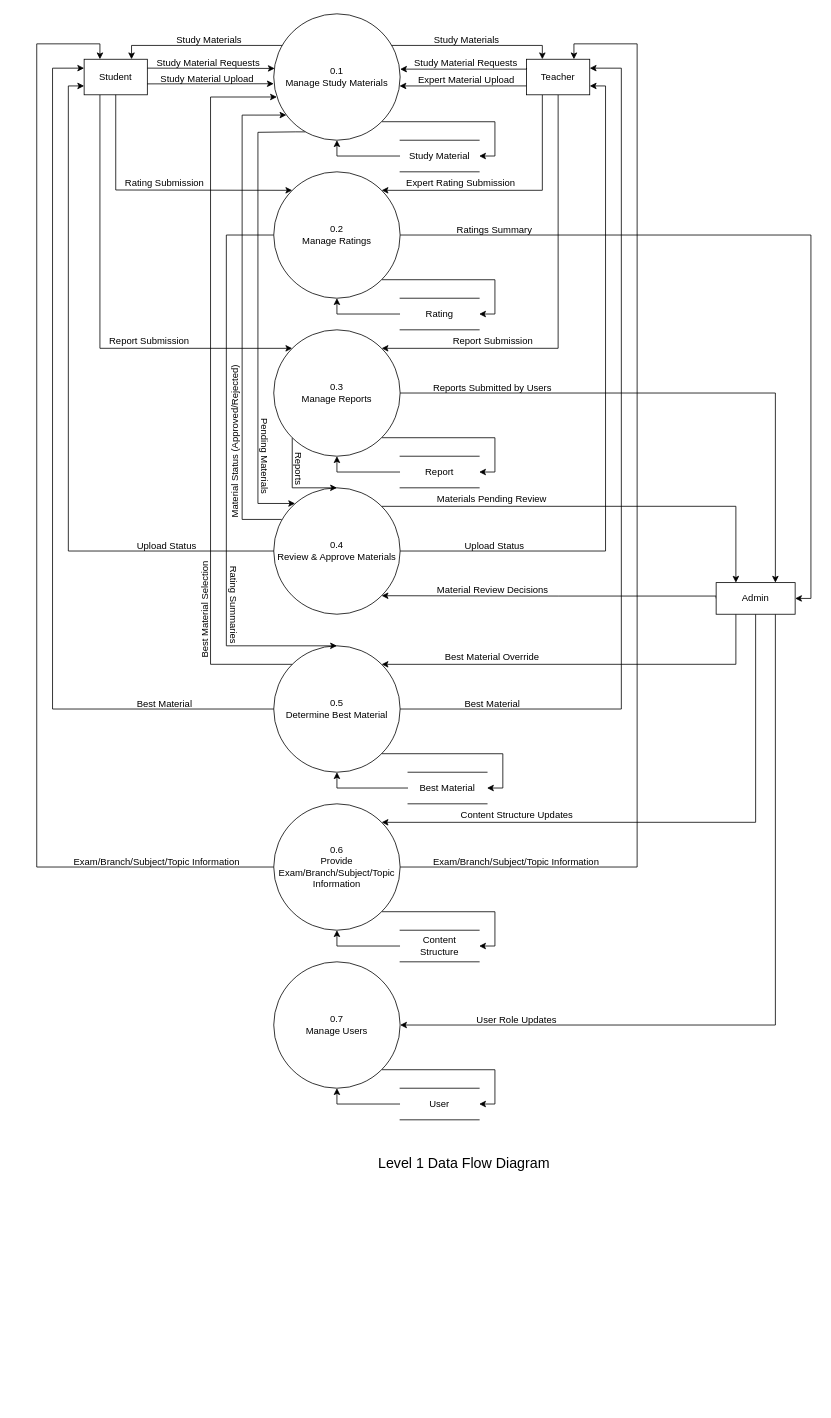
Above: page "Level-1 DFD" (4 of 6) of docs/system-diagrams.drawio in SayanMondal-1643/PeerPrep (draw.io), before the change. Source tidied: cells renumbered, new cells numbered last; positions are measured from the earlier drawing's top-left corner, leaving out a move shared by most shapes. Both pictures are drawn from the tidied source at 79%, with x=0, y=0 at pixel (36, 13).
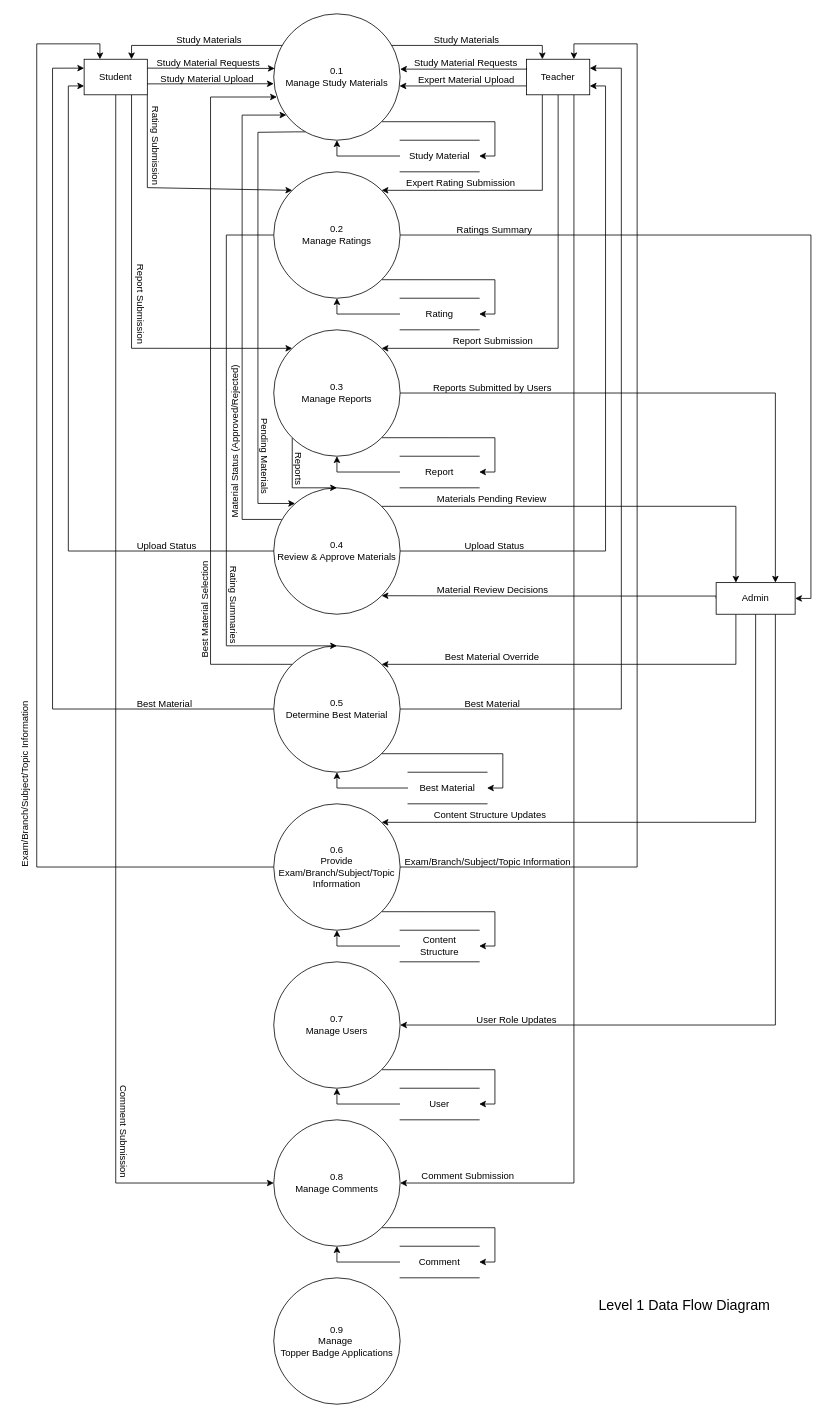
The same page after the edit.

The change refers to these unchanged cells:
```xml
<mxCell id="7" value="&lt;div&gt;0.2&lt;/div&gt;Manage Ratings" style="ellipse;whiteSpace=wrap;html=1;" parent="1" vertex="1">
  <mxGeometry x="300" y="200" width="160" height="160" as="geometry" />
</mxCell>
<mxCell id="19" value="Teacher" style="html=1;dashed=0;whiteSpace=wrap;" parent="1" vertex="1">
  <mxGeometry x="620" y="57.5" width="80" height="45" as="geometry" />
</mxCell>
<mxCell id="21" value="Student" style="html=1;dashed=0;whiteSpace=wrap;" parent="1" vertex="1">
  <mxGeometry x="60" y="57.5" width="80" height="45" as="geometry" />
</mxCell>
<mxCell id="29" value="&lt;div&gt;0.3&lt;/div&gt;Manage Reports" style="ellipse;whiteSpace=wrap;html=1;" parent="1" vertex="1">
  <mxGeometry x="300" y="400" width="160" height="160" as="geometry" />
</mxCell>
```

Diff of the diagram source:
```diff
@@
+    <mxCell id="87" style="edgeStyle=orthogonalEdgeStyle;rounded=0;jettySize=auto;html=1;exitX=0.75;exitY=1;exitDx=0;exitDy=0;entryX=1;entryY=0.5;entryDx=0;entryDy=0;" parent="1" edge="1" source="19" target="90">
+      <mxGeometry relative="1" as="geometry" />
+    </mxCell>
@@
-    <mxCell id="20" style="edgeStyle=orthogonalEdgeStyle;rounded=0;jettySize=auto;html=1;exitX=0.25;exitY=1;exitDx=0;exitDy=0;entryX=0;entryY=0;entryDx=0;entryDy=0;" parent="1" edge="1" source="21" target="29">
+    <mxCell id="20" style="edgeStyle=orthogonalEdgeStyle;rounded=0;jettySize=auto;html=1;entryX=0;entryY=0;entryDx=0;entryDy=0;exitX=0.75;exitY=1;exitDx=0;exitDy=0;" parent="1" edge="1" source="21" target="29">
       <mxGeometry relative="1" as="geometry">
         <Array as="points">
-          <mxPoint x="80" y="423" />
+          <mxPoint x="120" y="423" />
         </Array>
       </mxGeometry>
     </mxCell>
+    <mxCell id="88" style="edgeStyle=orthogonalEdgeStyle;rounded=0;jettySize=auto;html=1;entryX=0;entryY=0.5;entryDx=0;entryDy=0;exitX=0.5;exitY=1;exitDx=0;exitDy=0;" parent="1" edge="1" source="21" target="90">
+      <mxGeometry relative="1" as="geometry" />
+    </mxCell>
@@
-    <mxCell id="46" style="endArrow=classic;html=1;rounded=0;exitX=0.5;exitY=1;exitDx=0;exitDy=0;entryX=0;entryY=0;entryDx=0;entryDy=0;" parent="1" edge="1" source="21" target="7">
+    <mxCell id="46" style="endArrow=classic;html=1;rounded=0;exitX=1;exitY=1;exitDx=0;exitDy=0;entryX=0;entryY=0;entryDx=0;entryDy=0;" parent="1" edge="1" source="21" target="7">
       <mxGeometry relative="1" as="geometry">
         <Array as="points">
-          <mxPoint x="100" y="223" />
+          <mxPoint x="140" y="220" />
         </Array>
       </mxGeometry>
     </mxCell>
@@
-    <mxCell id="55" value="Rating Submission" style="text;whiteSpace=wrap;html=1;" parent="1" vertex="1">
-      <mxGeometry x="110" y="200" width="110" height="20" as="geometry" />
+    <mxCell id="55" value="Rating Submission" style="text;whiteSpace=wrap;html=1;rotation=90;" parent="1" vertex="1">
+      <mxGeometry x="99" y="160" width="110" height="20" as="geometry" />
     </mxCell>
-    <mxCell id="56" value="Report Submission" style="text;whiteSpace=wrap;html=1;" parent="1" vertex="1">
-      <mxGeometry x="90" y="400" width="110" height="20" as="geometry" />
+    <mxCell id="56" value="Report Submission" style="text;whiteSpace=wrap;html=1;rotation=90;" parent="1" vertex="1">
+      <mxGeometry x="80" y="360" width="110" height="20" as="geometry" />
     </mxCell>
@@
-    <mxCell id="59" value="Exam/Branch/Subject/Topic Information" style="text;whiteSpace=wrap;html=1;" parent="1" vertex="1">
-      <mxGeometry x="45" y="1060" width="220" height="20" as="geometry" />
+    <mxCell id="59" value="Exam/Branch/Subject/Topic Information" style="text;whiteSpace=wrap;html=1;rotation=-90;" parent="1" vertex="1">
+      <mxGeometry x="-129" y="962" width="220" height="20" as="geometry" />
     </mxCell>
@@
     <mxCell id="67" value="Exam/Branch/Subject/Topic Information" style="text;whiteSpace=wrap;html=1;" parent="1" vertex="1">
-      <mxGeometry x="500" y="1060" width="220" height="20" as="geometry" />
+      <mxGeometry x="464" y="1060" width="220" height="20" as="geometry" />
     </mxCell>
@@
     <mxCell id="70" value="Content Structure Updates" style="text;whiteSpace=wrap;html=1;rotation=0;" parent="1" vertex="1">
-      <mxGeometry x="535" y="1000" width="150" height="20" as="geometry" />
+      <mxGeometry x="501" y="1000" width="150" height="20" as="geometry" />
     </mxCell>
@@
     <mxCell id="86" value="&lt;font style=&quot;font-size: 18px;&quot;&gt;Level 1 Data Flow Diagram&lt;/font&gt;" style="text;html=1;whiteSpace=wrap;strokeColor=none;fillColor=none;align=center;verticalAlign=middle;rounded=0;" parent="1" vertex="1">
-      <mxGeometry x="431" y="1440" width="220" height="30" as="geometry" />
+      <mxGeometry x="710" y="1620" width="220" height="30" as="geometry" />
     </mxCell>
+    <mxCell id="89" style="edgeStyle=orthogonalEdgeStyle;rounded=0;jettySize=auto;html=1;exitX=1;exitY=1;exitDx=0;exitDy=0;entryX=1;entryY=0.5;entryDx=0;entryDy=0;" parent="1" edge="1" source="90" target="94">
+      <mxGeometry relative="1" as="geometry">
+        <Array as="points">
+          <mxPoint x="580" y="1537" />
+          <mxPoint x="580" y="1580" />
+        </Array>
+      </mxGeometry>
+    </mxCell>
+    <mxCell id="90" value="&lt;div&gt;0.8&lt;/div&gt;Manage Comments" style="ellipse;whiteSpace=wrap;html=1;" parent="1" vertex="1">
+      <mxGeometry x="300" y="1400" width="160" height="160" as="geometry" />
+    </mxCell>
+    <mxCell id="91" value="Comment Submission" style="text;html=1;whiteSpace=wrap;strokeColor=none;fillColor=none;align=center;verticalAlign=middle;rounded=0;rotation=90;" parent="1" vertex="1">
+      <mxGeometry x="45" y="1400" width="130" height="30" as="geometry" />
+    </mxCell>
+    <mxCell id="92" value="Comment Submission" style="text;html=1;whiteSpace=wrap;strokeColor=none;fillColor=none;align=center;verticalAlign=middle;rounded=0;" parent="1" vertex="1">
+      <mxGeometry x="481" y="1457" width="130" height="30" as="geometry" />
+    </mxCell>
+    <mxCell id="93" style="edgeStyle=orthogonalEdgeStyle;rounded=0;jettySize=auto;html=1;exitX=0;exitY=0.5;exitDx=0;exitDy=0;entryX=0.5;entryY=1;entryDx=0;entryDy=0;" parent="1" edge="1" source="94" target="90">
+      <mxGeometry relative="1" as="geometry" />
+    </mxCell>
+    <mxCell id="94" value="Comment" style="html=1;dashed=0;whiteSpace=wrap;shape=partialRectangle;right=0;left=0;" parent="1" vertex="1">
+      <mxGeometry x="460" y="1560" width="100" height="40" as="geometry" />
+    </mxCell>
+    <mxCell id="95" value="&lt;div&gt;0.9&lt;/div&gt;Manage&amp;nbsp;&lt;div&gt;Topper Badge Applications&lt;/div&gt;" style="ellipse;whiteSpace=wrap;html=1;" parent="1" vertex="1">
+      <mxGeometry x="300" y="1600" width="160" height="160" as="geometry" />
+    </mxCell>
```
